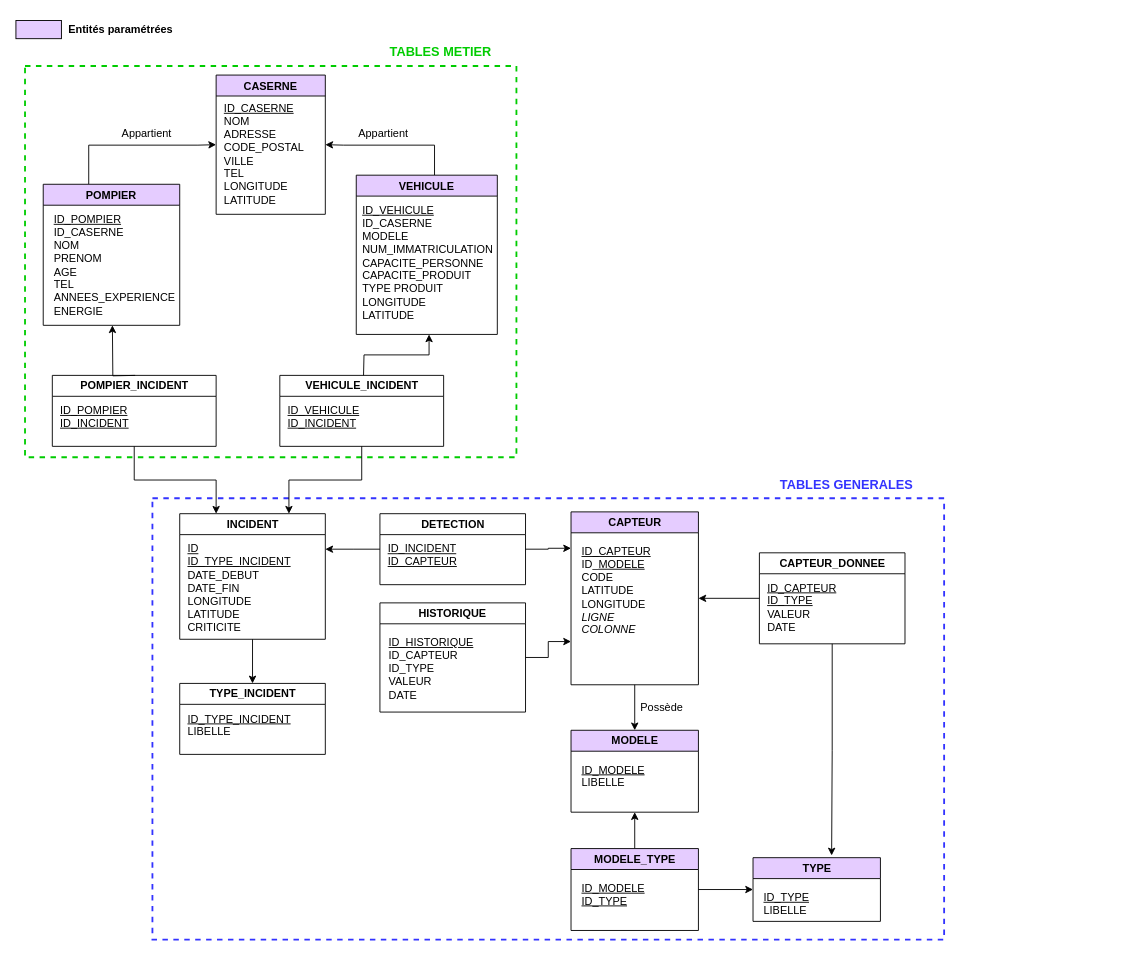
Earlier version of the draw.io diagram Conception/MLD Emergency.drawio (GOROVSKY/projet-scientifique). Source tidied: cells renumbered, new cells numbered last; positions are measured from the earlier drawing's top-left corner, leaving out a move shared by most shapes. Both pictures are drawn from the tidied source at 91%, with x=0, y=0 at pixel (15, 15).
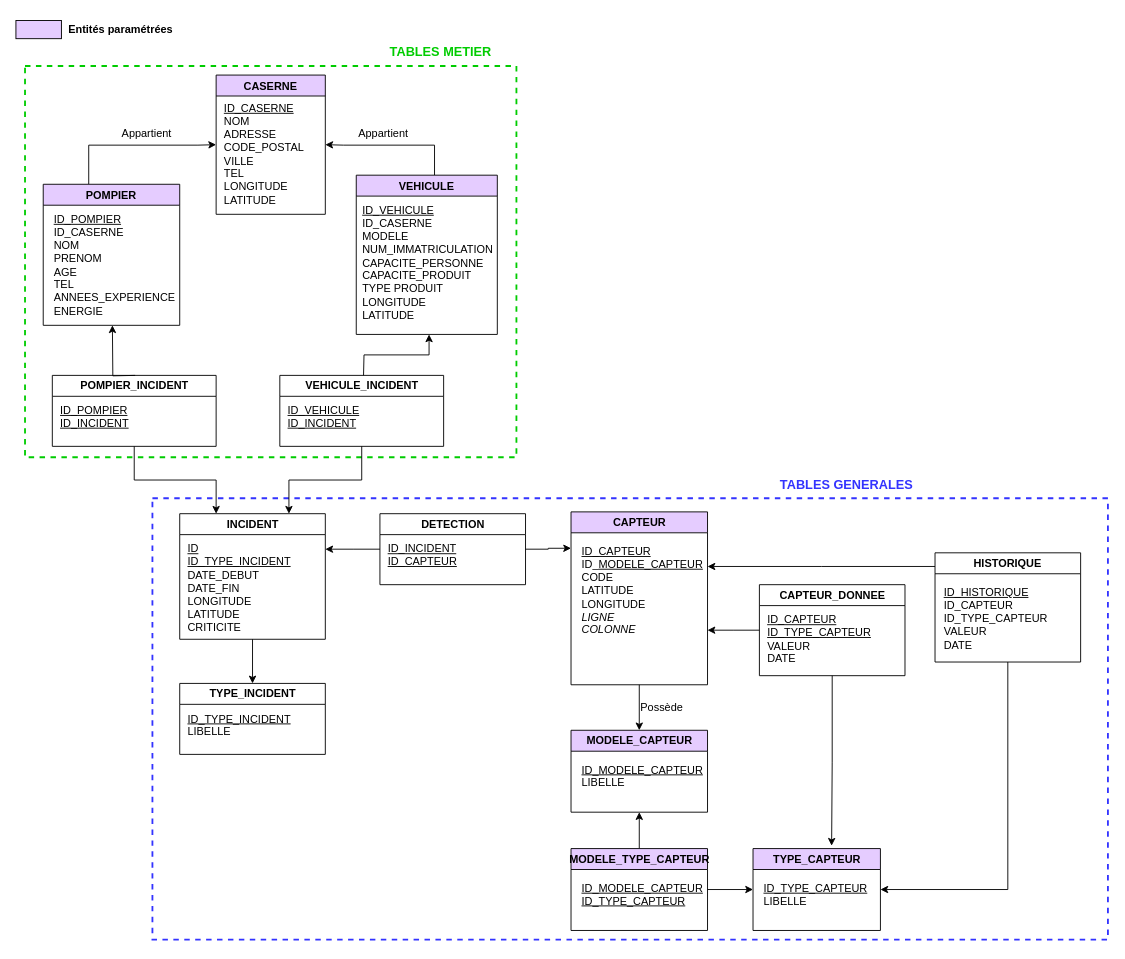
The same page after the edit.

Change to the diagram source:
```diff
@@
     <mxCell id="3" style="rounded=0;whiteSpace=wrap;html=1;fillColor=none;strokeColor=#3333FF;strokeWidth=2;dashed=1;" parent="1" vertex="1">
-      <mxGeometry x="150" y="530" width="870" height="485" as="geometry" />
+      <mxGeometry x="150" y="530" width="1050" height="485" as="geometry" />
     </mxCell>
@@
     <mxCell id="18" value="CAPTEUR" style="swimlane;fontFamily=Helvetica;fontSize=12;fontColor=default;fillColor=#E5CCFF;gradientColor=none;html=1;" parent="1" vertex="1">
-      <mxGeometry x="610" y="545" width="140" height="190" as="geometry" />
+      <mxGeometry x="610" y="545" width="150" height="190" as="geometry" />
     </mxCell>
-    <mxCell id="19" value="&lt;div align=&quot;left&quot;&gt;&lt;u&gt;ID_CAPTEUR&lt;/u&gt;&lt;/div&gt;&lt;div align=&quot;left&quot;&gt;ID_&lt;u&gt;MODELE&lt;br&gt;&lt;/u&gt;&lt;/div&gt;&lt;div align=&quot;left&quot;&gt;CODE&lt;/div&gt;&lt;div&gt;LATITUDE&lt;/div&gt;&lt;div&gt;LONGITUDE&lt;/div&gt;&lt;div&gt;&lt;i&gt;LIGNE&lt;/i&gt;&lt;/div&gt;&lt;div&gt;&lt;i&gt;COLONNE&lt;/i&gt;&lt;/div&gt;&lt;div&gt;&lt;br&gt;&lt;/div&gt;&lt;div&gt;&lt;br&gt;&lt;/div&gt;" style="text;html=1;align=left;verticalAlign=top;strokeColor=none;fillColor=none;" parent="18" vertex="1">
-      <mxGeometry x="10" y="30" width="90" height="130" as="geometry" />
+    <mxCell id="19" value="&lt;div align=&quot;left&quot;&gt;&lt;u&gt;ID_CAPTEUR&lt;/u&gt;&lt;/div&gt;&lt;div align=&quot;left&quot;&gt;ID_&lt;u&gt;MODELE_CAPTEUR&lt;br&gt;&lt;/u&gt;&lt;/div&gt;&lt;div align=&quot;left&quot;&gt;CODE&lt;/div&gt;&lt;div&gt;LATITUDE&lt;/div&gt;&lt;div&gt;LONGITUDE&lt;/div&gt;&lt;div&gt;&lt;i&gt;LIGNE&lt;/i&gt;&lt;/div&gt;&lt;div&gt;&lt;i&gt;COLONNE&lt;/i&gt;&lt;/div&gt;&lt;div&gt;&lt;br&gt;&lt;/div&gt;&lt;div&gt;&lt;br&gt;&lt;/div&gt;" style="text;html=1;align=left;verticalAlign=top;strokeColor=none;fillColor=none;" parent="18" vertex="1">
+      <mxGeometry x="10" y="30" width="140" height="130" as="geometry" />
     </mxCell>
@@
-    <mxCell id="21" style="edgeStyle=orthogonalEdgeStyle;rounded=0;jettySize=auto;html=1;entryX=0;entryY=0.5;entryDx=0;entryDy=0;" parent="1" edge="1" source="22" target="43">
+    <mxCell id="21" style="edgeStyle=orthogonalEdgeStyle;rounded=0;jettySize=auto;html=1;" parent="1" edge="1" source="22" target="43">
       <mxGeometry relative="1" as="geometry" />
     </mxCell>
-    <mxCell id="22" value="MODELE_TYPE" style="swimlane;fontFamily=Helvetica;fontSize=12;fontColor=default;fillColor=#E5CCFF;gradientColor=none;html=1;" parent="1" vertex="1">
-      <mxGeometry x="610" y="915" width="140" height="90" as="geometry" />
+    <mxCell id="22" value="MODELE_TYPE_CAPTEUR" style="swimlane;fontFamily=Helvetica;fontSize=12;fontColor=default;fillColor=#E5CCFF;gradientColor=none;html=1;" parent="1" vertex="1">
+      <mxGeometry x="610" y="915" width="150" height="90" as="geometry" />
     </mxCell>
-    <mxCell id="23" value="&lt;div align=&quot;left&quot;&gt;&lt;u&gt;ID_MODELE&lt;/u&gt;&lt;/div&gt;&lt;u&gt;ID_TYPE&lt;/u&gt;&lt;br&gt;&lt;div&gt;&lt;br&gt;&lt;/div&gt;&lt;div&gt;&lt;br&gt;&lt;/div&gt;" style="text;html=1;align=left;verticalAlign=top;strokeColor=none;fillColor=none;" parent="22" vertex="1">
-      <mxGeometry x="10" y="30" width="80" height="60" as="geometry" />
+    <mxCell id="23" value="&lt;div align=&quot;left&quot;&gt;&lt;u&gt;ID_MODELE_CAPTEUR&lt;/u&gt;&lt;/div&gt;&lt;u&gt;ID_TYPE_CAPTEUR&lt;/u&gt;&lt;br&gt;&lt;div&gt;&lt;br&gt;&lt;/div&gt;&lt;div&gt;&lt;br&gt;&lt;/div&gt;" style="text;html=1;align=left;verticalAlign=top;strokeColor=none;fillColor=none;" parent="22" vertex="1">
+      <mxGeometry x="10" y="30" width="140" height="60" as="geometry" />
     </mxCell>
-    <mxCell id="24" style="edgeStyle=orthogonalEdgeStyle;rounded=0;jettySize=auto;html=1;exitX=1;exitY=0.5;exitDx=0;exitDy=0;entryX=0;entryY=0.75;entryDx=0;entryDy=0;" parent="1" edge="1" source="25" target="18">
-      <mxGeometry relative="1" as="geometry" />
+    <mxCell id="24" style="edgeStyle=orthogonalEdgeStyle;rounded=0;jettySize=auto;html=1;exitX=0.125;exitY=0.125;exitDx=0;exitDy=0;exitPerimeter=0;" parent="1" edge="1" source="25">
+      <mxGeometry relative="1" as="geometry">
+        <mxPoint x="760" y="605" as="targetPoint" />
+      </mxGeometry>
     </mxCell>
+    <mxCell id="54" style="edgeStyle=orthogonalEdgeStyle;rounded=0;jettySize=auto;html=1;exitX=0.5;exitY=1;exitDx=0;exitDy=0;entryX=1;entryY=0.5;entryDx=0;entryDy=0;" parent="1" edge="1" source="25" target="43">
+      <mxGeometry relative="1" as="geometry" />
+    </mxCell>
     <mxCell id="25" value="HISTORIQUE" style="swimlane;startSize=23;" parent="1" vertex="1">
-      <mxGeometry x="400" y="645" width="160" height="120" as="geometry" />
+      <mxGeometry x="1010" y="590" width="160" height="120" as="geometry" />
     </mxCell>
-    <mxCell id="26" value="&lt;div align=&quot;left&quot;&gt;&lt;u&gt;ID_HISTORIQUE&lt;/u&gt;&lt;/div&gt;&lt;div align=&quot;left&quot;&gt;ID_CAPTEUR&lt;u&gt;&lt;br&gt;&lt;/u&gt;&lt;/div&gt;&lt;div&gt;ID_TYPE&lt;br&gt;&lt;div&gt;VALEUR&lt;/div&gt;&lt;div&gt;DATE&lt;/div&gt;&lt;/div&gt;" style="text;html=1;align=left;verticalAlign=top;strokeColor=none;fillColor=none;" parent="25" vertex="1">
-      <mxGeometry x="8" y="30" width="100" height="80" as="geometry" />
+    <mxCell id="26" value="&lt;div align=&quot;left&quot;&gt;&lt;u&gt;ID_HISTORIQUE&lt;/u&gt;&lt;/div&gt;&lt;div align=&quot;left&quot;&gt;ID_CAPTEUR&lt;u&gt;&lt;br&gt;&lt;/u&gt;&lt;/div&gt;&lt;div&gt;ID_TYPE_CAPTEUR&lt;br&gt;&lt;div&gt;VALEUR&lt;/div&gt;&lt;div&gt;DATE&lt;/div&gt;&lt;/div&gt;" style="text;html=1;align=left;verticalAlign=top;strokeColor=none;fillColor=none;" parent="25" vertex="1">
+      <mxGeometry x="8" y="30" width="120" height="80" as="geometry" />
     </mxCell>
@@
-    <mxCell id="41" value="MODELE" style="swimlane;fontFamily=Helvetica;fontSize=12;fontColor=default;fillColor=#E5CCFF;gradientColor=none;html=1;" parent="1" vertex="1">
-      <mxGeometry x="610" y="785" width="140" height="90" as="geometry" />
+    <mxCell id="41" value="MODELE_CAPTEUR" style="swimlane;fontFamily=Helvetica;fontSize=12;fontColor=default;fillColor=#E5CCFF;gradientColor=none;html=1;" parent="1" vertex="1">
+      <mxGeometry x="610" y="785" width="150" height="90" as="geometry" />
     </mxCell>
-    <mxCell id="42" value="&lt;div align=&quot;left&quot;&gt;&lt;u&gt;ID_MODELE&lt;/u&gt;&lt;/div&gt;LIBELLE&lt;br&gt;&lt;div&gt;&lt;br&gt;&lt;/div&gt;&lt;div&gt;&lt;br&gt;&lt;/div&gt;" style="text;html=1;align=left;verticalAlign=top;strokeColor=none;fillColor=none;" parent="41" vertex="1">
-      <mxGeometry x="10" y="30" width="80" height="60" as="geometry" />
+    <mxCell id="42" value="&lt;div align=&quot;left&quot;&gt;&lt;u&gt;ID_MODELE_CAPTEUR&lt;/u&gt;&lt;/div&gt;LIBELLE&lt;br&gt;&lt;div&gt;&lt;br&gt;&lt;/div&gt;&lt;div&gt;&lt;br&gt;&lt;/div&gt;" style="text;html=1;align=left;verticalAlign=top;strokeColor=none;fillColor=none;" parent="41" vertex="1">
+      <mxGeometry x="10" y="30" width="140" height="60" as="geometry" />
     </mxCell>
-    <mxCell id="43" value="TYPE" style="swimlane;fontFamily=Helvetica;fontSize=12;fontColor=default;fillColor=#E5CCFF;gradientColor=none;html=1;" parent="1" vertex="1">
-      <mxGeometry x="810" y="925" width="140" height="70" as="geometry" />
+    <mxCell id="43" value="TYPE_CAPTEUR" style="swimlane;fontFamily=Helvetica;fontSize=12;fontColor=default;fillColor=#E5CCFF;gradientColor=none;html=1;" parent="1" vertex="1">
+      <mxGeometry x="810" y="915" width="140" height="90" as="geometry" />
     </mxCell>
-    <mxCell id="44" value="&lt;div align=&quot;left&quot;&gt;&lt;u&gt;ID_TYPE&lt;/u&gt;&lt;/div&gt;LIBELLE&lt;br&gt;&lt;div&gt;&lt;br&gt;&lt;/div&gt;&lt;div&gt;&lt;br&gt;&lt;/div&gt;" style="text;html=1;align=left;verticalAlign=top;strokeColor=none;fillColor=none;" parent="43" vertex="1">
-      <mxGeometry x="10" y="30" width="60" height="60" as="geometry" />
+    <mxCell id="44" value="&lt;div align=&quot;left&quot;&gt;&lt;u&gt;ID_TYPE_CAPTEUR&lt;/u&gt;&lt;/div&gt;LIBELLE&lt;br&gt;&lt;div&gt;&lt;br&gt;&lt;/div&gt;&lt;div&gt;&lt;br&gt;&lt;/div&gt;" style="text;html=1;align=left;verticalAlign=top;strokeColor=none;fillColor=none;" parent="43" vertex="1">
+      <mxGeometry x="10" y="30" width="120" height="60" as="geometry" />
     </mxCell>
-    <mxCell id="45" style="edgeStyle=orthogonalEdgeStyle;rounded=0;jettySize=auto;html=1;entryX=1;entryY=0.5;entryDx=0;entryDy=0;" parent="1" edge="1" source="47" target="18">
-      <mxGeometry relative="1" as="geometry" />
+    <mxCell id="45" style="edgeStyle=orthogonalEdgeStyle;rounded=0;jettySize=auto;html=1;" parent="1" edge="1" source="47">
+      <mxGeometry relative="1" as="geometry">
+        <mxPoint x="760" y="675" as="targetPoint" />
+      </mxGeometry>
     </mxCell>
@@
     <mxCell id="47" value="CAPTEUR_DONNEE" style="swimlane;fontFamily=Helvetica;fontSize=12;fontColor=default;fillColor=none;gradientColor=none;html=1;" parent="1" vertex="1">
-      <mxGeometry x="817" y="590" width="160" height="100" as="geometry" />
+      <mxGeometry x="817" y="625" width="160" height="100" as="geometry" />
     </mxCell>
-    <mxCell id="48" value="&lt;div&gt;&lt;u&gt;ID_CAPTEUR&lt;/u&gt;&lt;/div&gt;&lt;div&gt;&lt;u&gt;ID_TYPE&lt;/u&gt;&lt;/div&gt;&lt;div&gt;VALEUR&lt;/div&gt;&lt;div&gt;DATE&lt;u&gt;&lt;br&gt;&lt;/u&gt;&lt;/div&gt;" style="text;html=1;align=left;verticalAlign=top;strokeColor=none;fillColor=none;" parent="47" vertex="1">
-      <mxGeometry x="7" y="25" width="90" height="60" as="geometry" />
+    <mxCell id="48" value="&lt;div&gt;&lt;u&gt;ID_CAPTEUR&lt;/u&gt;&lt;/div&gt;&lt;div&gt;&lt;u&gt;ID_TYPE_CAPTEUR&lt;/u&gt;&lt;/div&gt;&lt;div&gt;VALEUR&lt;/div&gt;&lt;div&gt;DATE&lt;u&gt;&lt;br&gt;&lt;/u&gt;&lt;/div&gt;" style="text;html=1;align=left;verticalAlign=top;strokeColor=none;fillColor=none;" parent="47" vertex="1">
+      <mxGeometry x="7" y="25" width="120" height="60" as="geometry" />
     </mxCell>
```
